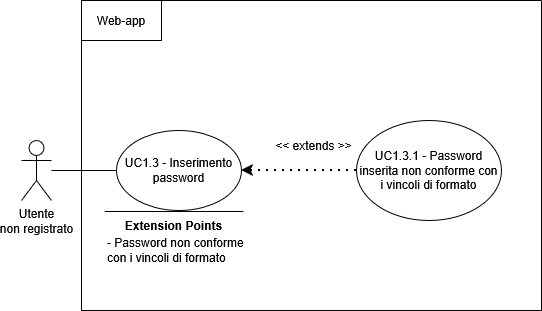
Earlier version of the draw.io export assets/diagrams/UC1_3.png (SkarabGroup/DocumentazioneProgetto). Source tidied: cells renumbered, new cells last; positions are measured from the earlier drawing's top-left corner, leaving out a move shared by most shapes.
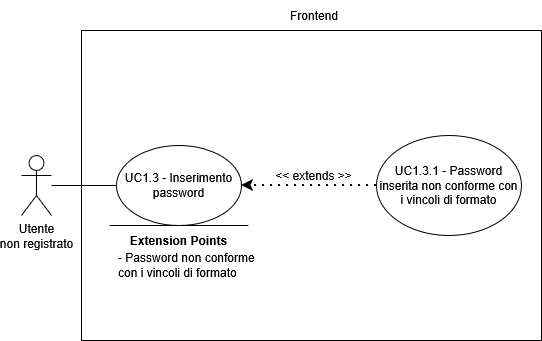
Above is the later version.

Diff of the diagram source:
```diff
@@ -3,16 +3,16 @@
     <mxCell id="0" />
     <mxCell id="1" parent="0" />
     <mxCell id="2" value="&lt;div&gt;Utente&lt;/div&gt;&lt;div&gt;non registrato&lt;/div&gt;" style="shape=umlActor;verticalLabelPosition=bottom;verticalAlign=top;html=1;outlineConnect=0;" parent="1" vertex="1">
-      <mxGeometry y="140" width="30" height="60" as="geometry" />
+      <mxGeometry y="125" width="30" height="60" as="geometry" />
     </mxCell>
     <mxCell id="3" style="swimlane;startSize=0;" parent="1" vertex="1">
       <mxGeometry x="60" width="460" height="310" as="geometry" />
     </mxCell>
     <mxCell id="4" value="&lt;div&gt;UC1.3 - Inserimento password&lt;/div&gt;" style="ellipse;whiteSpace=wrap;html=1;" parent="3" vertex="1">
-      <mxGeometry x="35" y="130" width="125" height="80" as="geometry" />
+      <mxGeometry x="35" y="115" width="125" height="80" as="geometry" />
     </mxCell>
     <mxCell id="5" value="UC1.3.1 - Password inserita non conforme con i vincoli di formato" style="ellipse;whiteSpace=wrap;html=1;" parent="3" vertex="1">
-      <mxGeometry x="275" y="120" width="145" height="100" as="geometry" />
+      <mxGeometry x="295" y="105" width="145" height="100" as="geometry" />
     </mxCell>
     <mxCell id="6" style="endArrow=classic;dashed=1;html=1;dashPattern=1 3;strokeWidth=2;rounded=0;entryX=1;entryY=0.5;entryDx=0;entryDy=0;exitX=0;exitY=0.5;exitDx=0;exitDy=0;strokeColor=default;curved=0;endFill=1;endSize=6;" parent="3" edge="1" source="5" target="4">
       <mxGeometry relative="1" as="geometry" />
@@ -22,24 +22,21 @@
     </mxCell>
     <mxCell id="8" style="endArrow=none;html=1;rounded=0;" parent="3" edge="1">
       <mxGeometry relative="1" as="geometry">
-        <mxPoint x="162" y="211" as="sourcePoint" />
-        <mxPoint x="23.2" y="211" as="targetPoint" />
+        <mxPoint x="166.9" y="195" as="sourcePoint" />
+        <mxPoint x="28.1" y="195" as="targetPoint" />
       </mxGeometry>
     </mxCell>
     <mxCell id="9" value="&lt;b&gt;Extension Points&lt;/b&gt;" style="text;html=1;whiteSpace=wrap;strokeColor=none;fillColor=none;align=center;verticalAlign=middle;rounded=0;strokeWidth=5;" parent="3" vertex="1">
-      <mxGeometry x="35" y="210" width="115" height="30" as="geometry" />
+      <mxGeometry x="40" y="195" width="115" height="30" as="geometry" />
     </mxCell>
     <mxCell id="10" value="&lt;div align=&quot;left&quot;&gt;- Password non conforme con i vincoli di formato&lt;/div&gt;" style="text;html=1;whiteSpace=wrap;strokeColor=none;fillColor=none;align=left;verticalAlign=middle;rounded=0;" parent="3" vertex="1">
-      <mxGeometry x="24" y="210" width="147" height="80" as="geometry" />
+      <mxGeometry x="35" y="195" width="147" height="80" as="geometry" />
     </mxCell>
-    <mxCell id="11" style="rounded=0;whiteSpace=wrap;html=1;" parent="3" vertex="1">
-      <mxGeometry width="80" height="40" as="geometry" />
-    </mxCell>
+    <mxCell id="13" style="endArrow=none;html=1;rounded=0;entryX=0;entryY=0.5;entryDx=0;entryDy=0;" parent="1" edge="1" source="2" target="4">
+      <mxGeometry relative="1" as="geometry" />
+    </mxCell>
-    <mxCell id="12" value="Web-app" style="text;html=1;whiteSpace=wrap;strokeColor=none;fillColor=none;align=center;verticalAlign=middle;rounded=0;" parent="3" vertex="1">
-      <mxGeometry x="10" y="5" width="60" height="30" as="geometry" />
+    <mxCell id="12" value="Frontend" style="text;html=1;whiteSpace=wrap;strokeColor=none;fillColor=none;align=center;verticalAlign=middle;rounded=0;" parent="1" vertex="1">
+      <mxGeometry x="262.5" y="-30" width="60" height="30" as="geometry" />
     </mxCell>
-    <mxCell id="13" style="endArrow=none;html=1;rounded=0;entryX=0;entryY=0.5;entryDx=0;entryDy=0;" parent="1" edge="1" source="2" target="4">
-      <mxGeometry relative="1" as="geometry" />
-    </mxCell>
   </root>
 </mxGraphModel>
```
